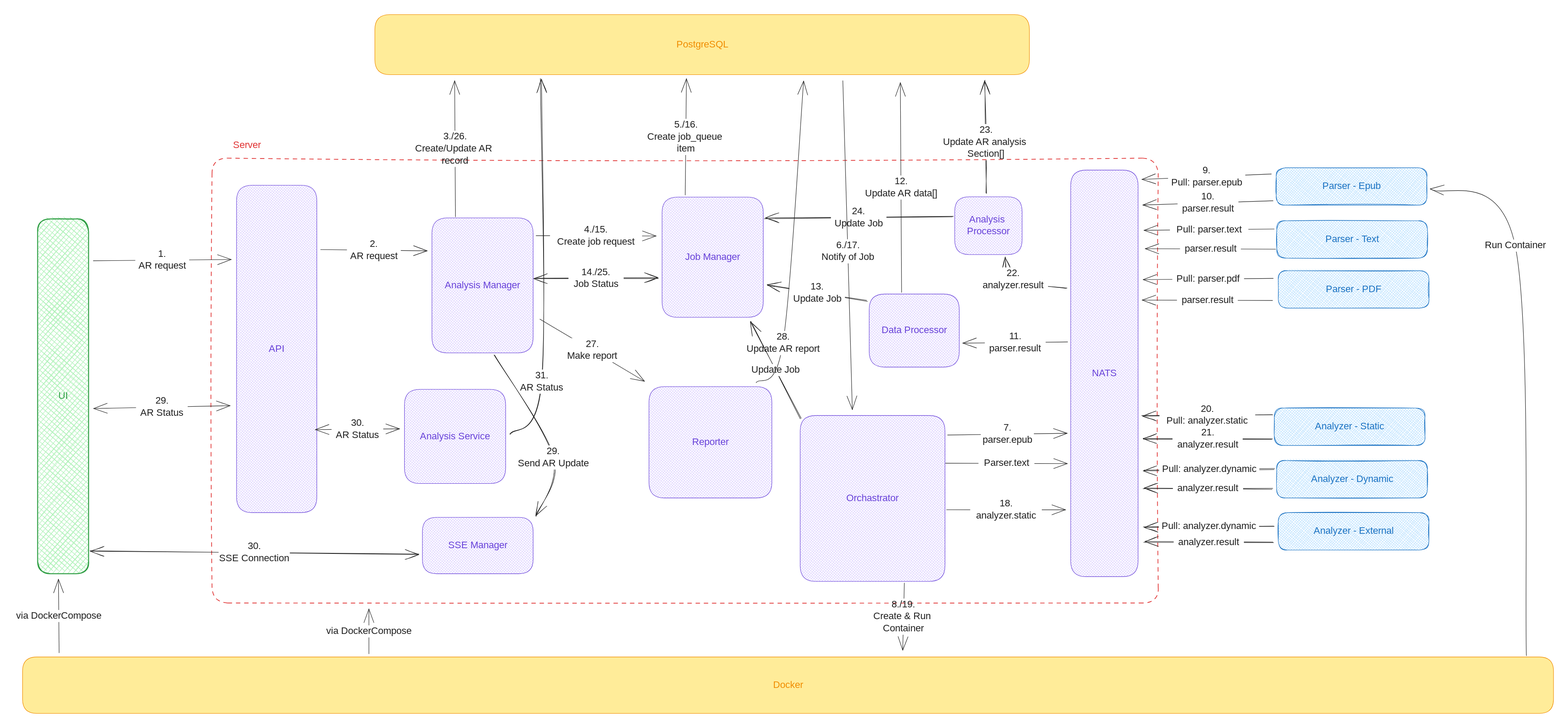
The Excalidraw diagram .gitbook/assets/file.excalidraw (1).svg in guardlight/documentation, before a commit. Source tidied: one line per element, renumbered; positions are measured from the earlier drawing's top-left corner, leaving out a move shared by most shapes.
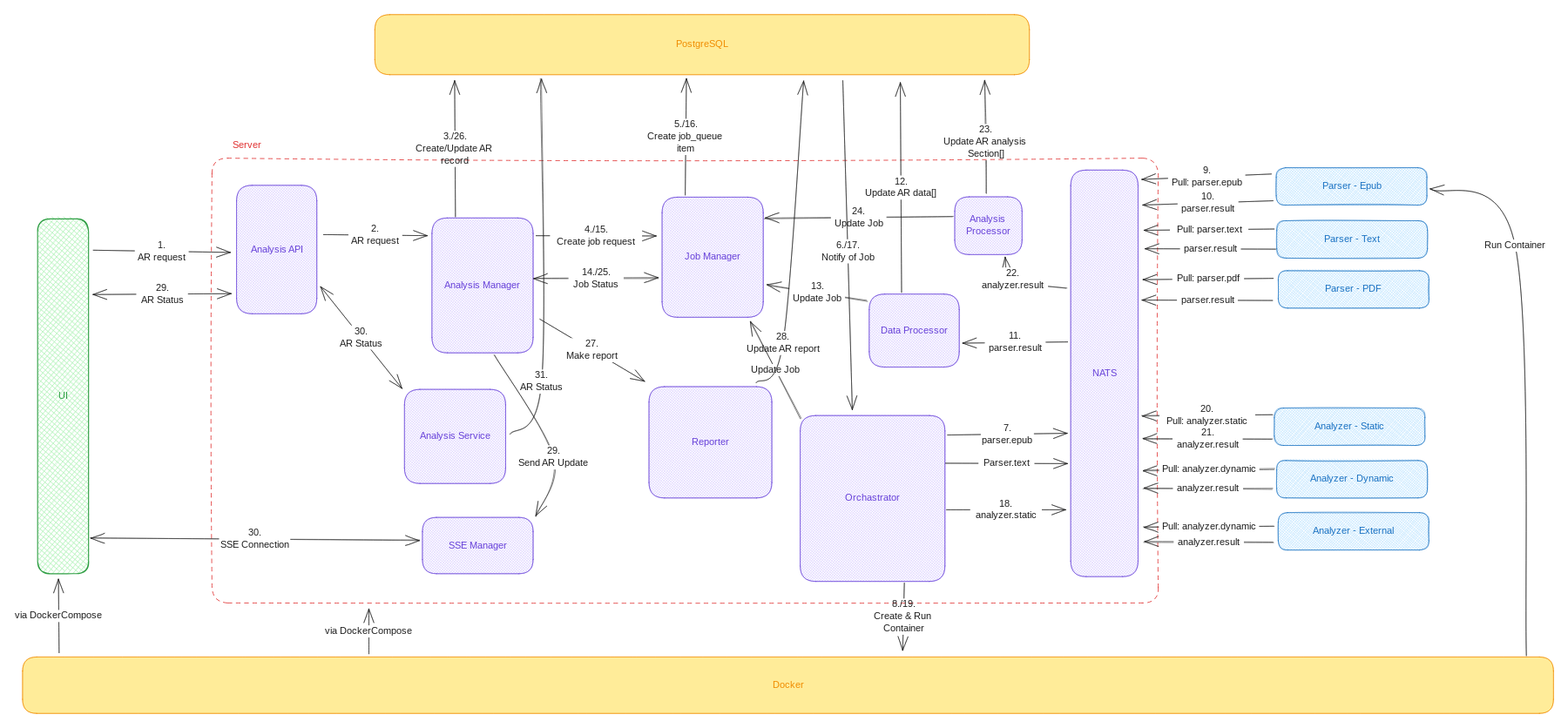
After the change.

The edit, as a diff of the source:
```diff
@@ -17,8 +17,8 @@
 {"id": 16, "type": "text", "text": "Analyzer - Dynamic", "strokeColor": "#1971c2", "strokeWidth": 1, "strokeStyle": "dashed", "roughness": 1, "fontSize": 20, "fontFamily": 1, "textAlign": "center", "verticalAlign": "middle", "inside": 15, "x": 2679, "y": 950, "width": 184, "height": 25}
 {"id": 17, "type": "rectangle", "strokeColor": "#1971c2", "backgroundColor": "#a5d8ff", "fillStyle": "cross-hatch", "strokeWidth": 1, "roughness": 1, "round": true, "x": 2618, "y": 1032, "width": 312, "height": 78}
 {"id": 18, "type": "text", "text": "Analyzer - External", "strokeColor": "#1971c2", "strokeWidth": 1, "strokeStyle": "dashed", "roughness": 1, "fontSize": 20, "fontFamily": 1, "textAlign": "center", "verticalAlign": "middle", "inside": 17, "x": 2677, "y": 1058, "width": 193, "height": 25}
-{"id": 19, "type": "rectangle", "strokeColor": "#6741d9", "backgroundColor": "#d0bfff", "fillStyle": "cross-hatch", "strokeWidth": 1, "roughness": 0, "round": true, "x": 460, "y": 354, "width": 166, "height": 678}
+{"id": 19, "type": "rectangle", "strokeColor": "#6741d9", "backgroundColor": "#d0bfff", "fillStyle": "cross-hatch", "strokeWidth": 1, "roughness": 0, "round": true, "x": 460, "y": 354, "width": 166, "height": 266}
-{"id": 20, "type": "text", "text": "API", "strokeColor": "#6741d9", "strokeWidth": 1, "roughness": 0, "fontSize": 20, "fontFamily": 1, "textAlign": "center", "verticalAlign": "middle", "inside": 19, "x": 525, "y": 680, "width": 37, "height": 25}
+{"id": 20, "type": "text", "text": "Analysis API", "strokeColor": "#6741d9", "strokeWidth": 1, "roughness": 0, "fontSize": 20, "fontFamily": 1, "textAlign": "center", "verticalAlign": "middle", "inside": 19, "x": 481, "y": 474, "width": 124, "height": 25}
 {"id": 21, "type": "rectangle", "strokeColor": "#6741d9", "backgroundColor": "#d0bfff", "fillStyle": "cross-hatch", "strokeWidth": 1, "roughness": 0, "round": true, "x": 1628, "y": 831, "width": 300, "height": 344}
 {"id": 22, "type": "text", "text": "Orchastrator", "strokeColor": "#6741d9", "strokeWidth": 1, "roughness": 0, "fontSize": 20, "fontFamily": 1, "textAlign": "center", "verticalAlign": "middle", "inside": 21, "x": 1712, "y": 990, "width": 131, "height": 25}
 {"id": 23, "type": "rectangle", "strokeColor": "#6741d9", "backgroundColor": "#d0bfff", "fillStyle": "cross-hatch", "strokeWidth": 1, "roughness": 0, "round": true, "x": 2188, "y": 322, "width": 140, "height": 842}
@@ -45,9 +45,9 @@
 {"id": 44, "type": "text", "text": "parser.result", "strokeColor": "#1e1e1e", "strokeWidth": 1, "roughness": 0, "fontSize": 20, "fontFamily": 1, "textAlign": "center", "verticalAlign": "middle", "inside": 43, "x": 2416, "y": 475, "width": 126, "height": 25}
 {"id": 45, "type": "arrow", "strokeColor": "#1e1e1e", "strokeWidth": 1, "roughness": 0, "endArrowhead": "arrow", "round": true, "from": 11, "to": 23, "x": 2606, "y": 592, "width": 270, "height": 1, "points": [[0, 0], [-270, -1]]}
 {"id": 46, "type": "text", "text": "parser.result", "strokeColor": "#1e1e1e", "strokeWidth": 1, "roughness": 0, "fontSize": 20, "fontFamily": 1, "textAlign": "center", "verticalAlign": "middle", "inside": 45, "x": 2426, "y": 485, "width": 126, "height": 25}
-{"id": 47, "type": "arrow", "strokeColor": "#1e1e1e", "strokeWidth": 1, "roughness": 0, "endArrowhead": "arrow", "round": true, "from": 0, "to": 19, "x": 164, "y": 510, "width": 286, "height": 3, "points": [[0, 0], [286, -3]]}
+{"id": 47, "type": "arrow", "strokeColor": "#1e1e1e", "strokeWidth": 1, "roughness": 0, "endArrowhead": "arrow", "round": true, "from": 0, "to": 19, "x": 164, "y": 488, "width": 284, "height": 5, "points": [[0, 0], [284, 5]]}
 {"id": 48, "type": "text", "text": "1.\nAR request", "strokeColor": "#1e1e1e", "strokeWidth": 1, "roughness": 0, "fontSize": 20, "fontFamily": 1, "textAlign": "center", "verticalAlign": "middle", "inside": 47, "x": 250, "y": 475, "width": 112, "height": 50}
-{"id": 49, "type": "arrow", "strokeColor": "#1e1e1e", "strokeWidth": 1, "roughness": 0, "endArrowhead": "arrow", "round": true, "from": 19, "to": 110, "x": 634, "y": 487, "width": 221, "height": 3, "points": [[0, 0], [221, 3]]}
+{"id": 49, "type": "arrow", "strokeColor": "#1e1e1e", "strokeWidth": 1, "roughness": 0, "endArrowhead": "arrow", "round": true, "from": 19, "to": 110, "x": 640, "y": 456, "width": 215, "height": 2, "points": [[0, 0], [215, 2]]}
 {"id": 50, "type": "text", "text": "2.\nAR request", "strokeColor": "#1e1e1e", "strokeWidth": 1, "roughness": 0, "fontSize": 20, "fontFamily": 1, "textAlign": "center", "verticalAlign": "middle", "inside": 49, "x": 688, "y": 469, "width": 112, "height": 50}
 {"id": 51, "type": "arrow", "strokeColor": "#1e1e1e", "strokeWidth": 1, "roughness": 0, "endArrowhead": "arrow", "round": true, "from": 110, "to": 5, "x": 914, "y": 419, "width": 2, "height": 282, "points": [[0, 0], [-2, -282]]}
 {"id": 52, "type": "text", "text": "3./26.\nCreate/Update AR \nrecord", "strokeColor": "#1e1e1e", "strokeWidth": 1, "roughness": 0, "fontSize": 20, "fontFamily": 1, "textAlign": "center", "verticalAlign": "middle", "inside": 51, "x": 815, "y": 241, "width": 196, "height": 75}
@@ -77,9 +77,9 @@
 {"id": 76, "type": "text", "text": "27.\nMake report", "strokeColor": "#1e1e1e", "backgroundColor": "#d0bfff", "fillStyle": "solid", "strokeWidth": 1, "roughness": 0, "fontSize": 20, "fontFamily": 1, "textAlign": "center", "verticalAlign": "middle", "inside": 75, "x": 1137, "y": 670, "width": 120, "height": 50}
 {"id": 77, "type": "arrow", "strokeColor": "#1e1e1e", "backgroundColor": "#d0bfff", "fillStyle": "solid", "strokeWidth": 1, "roughness": 0, "endArrowhead": "arrow", "round": true, "from": 31, "to": 5, "x": 1537, "y": 763, "width": 98, "height": 625, "points": [[0, 0], [56, -82], [98, -625]]}
 {"id": 78, "type": "text", "text": "28.\nUpdate AR report", "strokeColor": "#1e1e1e", "backgroundColor": "#d0bfff", "fillStyle": "solid", "strokeWidth": 1, "roughness": 0, "fontSize": 20, "fontFamily": 1, "textAlign": "center", "verticalAlign": "middle", "inside": 77, "x": 1503, "y": 656, "width": 178, "height": 50}
-{"id": 79, "type": "arrow", "strokeColor": "#1e1e1e", "backgroundColor": "#d0bfff", "fillStyle": "solid", "strokeWidth": 1, "roughness": 0, "startArrowhead": "arrow", "endArrowhead": "arrow", "round": true, "from": 0, "to": 19, "x": 164, "y": 816, "width": 282, "height": 6, "points": [[0, 0], [282, -6]]}
+{"id": 79, "type": "arrow", "strokeColor": "#1e1e1e", "backgroundColor": "#d0bfff", "fillStyle": "solid", "strokeWidth": 1, "roughness": 0, "startArrowhead": "arrow", "endArrowhead": "arrow", "round": true, "from": 0, "to": 19, "x": 163, "y": 580, "width": 285, "height": 2, "points": [[0, 0], [285, -2]]}
 {"id": 80, "type": "text", "text": "29.\nAR Status", "strokeColor": "#1e1e1e", "backgroundColor": "#d0bfff", "fillStyle": "solid", "strokeWidth": 1, "roughness": 0, "fontSize": 20, "fontFamily": 1, "textAlign": "center", "verticalAlign": "middle", "inside": 79, "x": 250, "y": 772, "width": 107, "height": 50}
-{"id": 81, "type": "arrow", "strokeColor": "#1e1e1e", "backgroundColor": "#d0bfff", "fillStyle": "solid", "strokeWidth": 1, "roughness": 0, "startArrowhead": "arrow", "endArrowhead": "arrow", "round": true, "to": 27, "x": 624, "y": 860, "width": 174, "height": 2, "points": [[0, 0], [174, -2]]}
+{"id": 81, "type": "arrow", "strokeColor": "#1e1e1e", "backgroundColor": "#d0bfff", "fillStyle": "solid", "strokeWidth": 1, "roughness": 0, "startArrowhead": "arrow", "endArrowhead": "arrow", "round": true, "from": 19, "to": 27, "x": 635, "y": 564, "width": 168, "height": 210, "points": [[0, 0], [168, 210]]}
 {"id": 82, "type": "text", "text": "30.\nAR Status", "strokeColor": "#1e1e1e", "backgroundColor": "#d0bfff", "fillStyle": "solid", "strokeWidth": 1, "roughness": 0, "fontSize": 20, "fontFamily": 1, "textAlign": "center", "verticalAlign": "middle", "inside": 81, "x": 657, "y": 834, "width": 107, "height": 50}
 {"id": 83, "type": "text", "text": "Server", "strokeColor": "#e03131", "backgroundColor": "#d0bfff", "fillStyle": "solid", "strokeWidth": 1, "roughness": 0, "fontSize": 20, "fontFamily": 1, "x": 453, "y": 258, "width": 62, "height": 25}
 {"id": 84, "type": "arrow", "strokeColor": "#1e1e1e", "backgroundColor": "#d0bfff", "fillStyle": "solid", "strokeWidth": 1, "roughness": 0, "endArrowhead": "arrow", "round": true, "from": 3, "to": 2, "x": 734, "y": 1325, "width": 0, "height": 93, "points": [[0, 0], [0, -93]]}
@@ -116,5 +116,5 @@
 {"id": 115, "type": "text", "text": "Update Job", "strokeColor": "#1e1e1e", "strokeWidth": 1, "roughness": 1, "fontSize": 20, "fontFamily": 1, "textAlign": "center", "verticalAlign": "middle", "inside": 114, "x": 1519, "y": 724, "width": 115, "height": 25}
 {"id": 116, "type": "arrow", "strokeColor": "#1e1e1e", "strokeWidth": 1, "roughness": 1, "endArrowhead": "arrow", "round": true, "from": 110, "to": 29, "x": 995, "y": 705, "width": 121, "height": 334, "points": [[0, 0], [121, 213], [85, 334]]}
 {"id": 117, "type": "text", "text": "29.\nSend AR Update", "strokeColor": "#1e1e1e", "strokeWidth": 1, "roughness": 1, "fontSize": 20, "fontFamily": 1, "textAlign": "center", "verticalAlign": "middle", "inside": 116, "x": 1035, "y": 893, "width": 162, "height": 50}
-{"id": 118, "type": "arrow", "strokeColor": "#1e1e1e", "strokeWidth": 1, "roughness": 1, "startArrowhead": "arrow", "endArrowhead": "arrow", "round": true, "from": 0, "to": 29, "x": 157, "y": 1112, "width": 680, "height": 6, "points": [[0, 0], [680, 6]]}
+{"id": 118, "type": "arrow", "strokeColor": "#1e1e1e", "strokeWidth": 1, "roughness": 1, "startArrowhead": "arrow", "endArrowhead": "arrow", "round": true, "from": 0, "to": 29, "x": 158, "y": 1085, "width": 680, "height": 4, "points": [[0, 0], [680, 4]]}
 {"id": 119, "type": "text", "text": "30.\nSSE Connection", "strokeColor": "#1e1e1e", "strokeWidth": 1, "roughness": 1, "fontSize": 20, "fontFamily": 1, "textAlign": "center", "verticalAlign": "middle", "inside": 118, "x": 423, "y": 1090, "width": 148, "height": 50}
```
